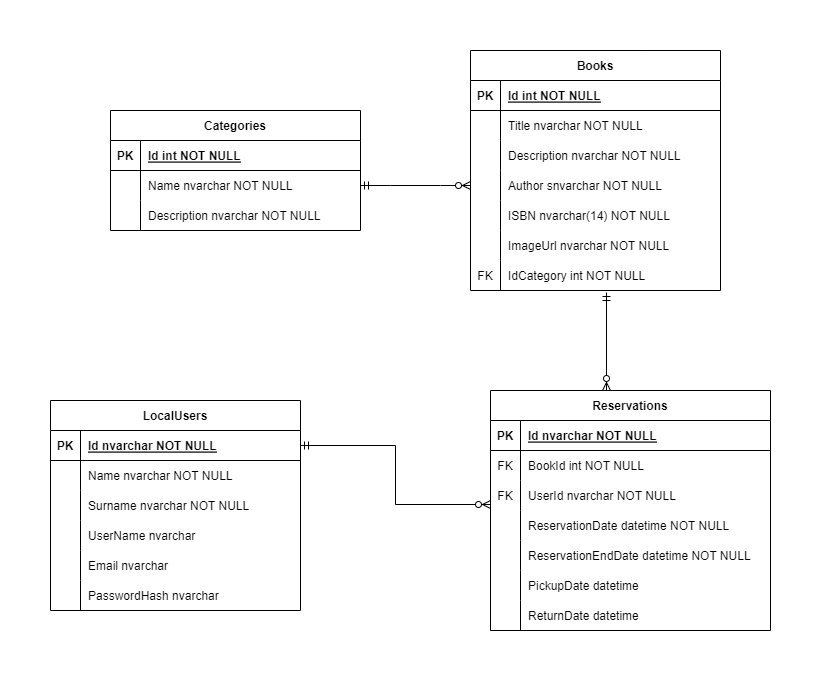
Before: Resources/BookReservationER.png, a diagram exported from draw.io (JoseNarvaja/BookReservation). Source tidied: cells renumbered, new cells last; positions are measured from the earlier drawing's top-left corner, leaving out a move shared by most shapes.
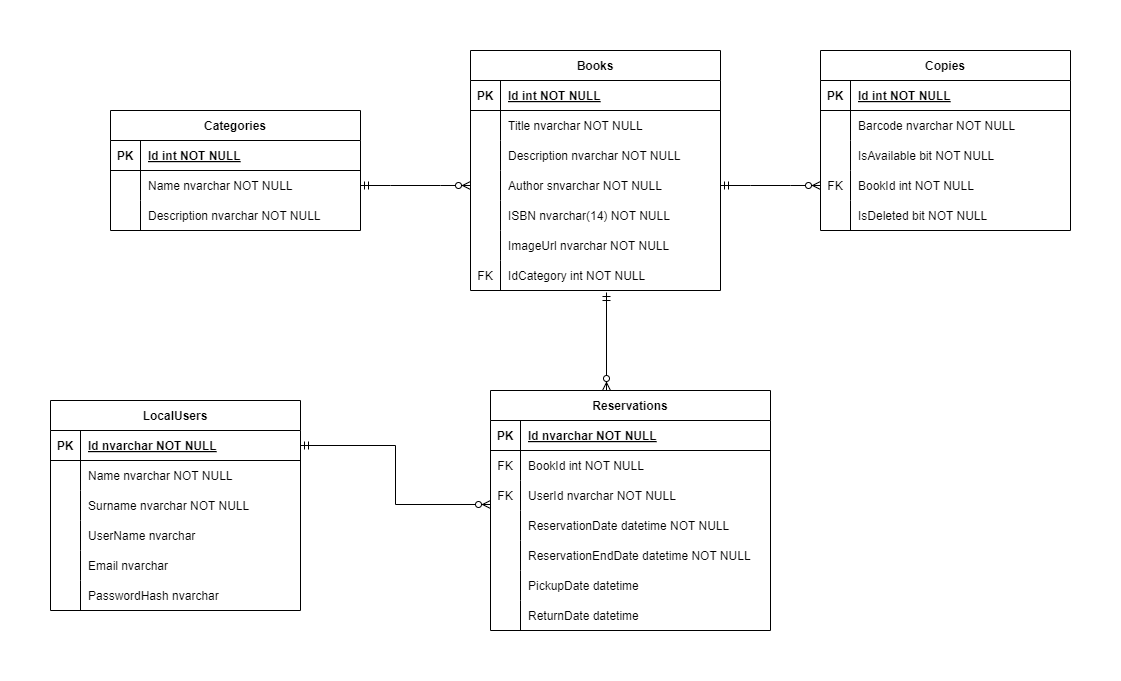
After the commit.

Commit message:
Modificaciones en DER

What changed in the source:
```diff
@@ -230,5 +230,56 @@
     <mxCell id="77" style="fontSize=12;html=1;endArrow=ERzeroToMany;startArrow=ERmandOne;rounded=0;exitX=1;exitY=0.5;exitDx=0;exitDy=0;entryX=0;entryY=0.8;entryDx=0;entryDy=0;entryPerimeter=0;edgeStyle=elbowEdgeStyle;" parent="1" edge="1" source="36" target="61">
       <mxGeometry relative="1" as="geometry" />
     </mxCell>
+    <mxCell id="78" value="Copies" style="shape=table;startSize=30;rowLines=0;fontStyle=1;align=center;" parent="1" vertex="1">
+      <mxGeometry x="770" width="250" height="180" as="geometry" />
+    </mxCell>
+    <mxCell id="79" style="shape=partialRectangle;fillColor=none;top=0;left=0;right=0;bottom=1;" parent="78" vertex="1">
+      <mxGeometry y="30" width="250" height="30" as="geometry" />
+    </mxCell>
+    <mxCell id="80" value="PK" style="shape=partialRectangle;overflow=hidden;fillColor=none;top=0;left=0;bottom=0;right=0;fontStyle=1;" parent="79" vertex="1">
+      <mxGeometry width="30" height="30" as="geometry" />
+    </mxCell>
+    <mxCell id="81" value="Id int NOT NULL " style="shape=partialRectangle;overflow=hidden;fillColor=none;top=0;left=0;bottom=0;right=0;align=left;spacingLeft=6;fontStyle=5;" parent="79" vertex="1">
+      <mxGeometry x="30" width="220" height="30" as="geometry" />
+    </mxCell>
+    <mxCell id="82" style="shape=partialRectangle;fillColor=none;top=0;left=0;right=0;bottom=0;" parent="78" vertex="1">
+      <mxGeometry y="60" width="250" height="30" as="geometry" />
+    </mxCell>
+    <mxCell id="83" style="shape=partialRectangle;overflow=hidden;fillColor=none;top=0;left=0;bottom=0;right=0;" parent="82" vertex="1">
+      <mxGeometry width="30" height="30" as="geometry" />
+    </mxCell>
+    <mxCell id="84" value="Barcode nvarchar NOT NULL" style="shape=partialRectangle;overflow=hidden;fillColor=none;top=0;left=0;bottom=0;right=0;align=left;spacingLeft=6;" parent="82" vertex="1">
+      <mxGeometry x="30" width="220" height="30" as="geometry" />
+    </mxCell>
+    <mxCell id="85" style="shape=partialRectangle;fillColor=none;top=0;left=0;right=0;bottom=0;" parent="78" vertex="1">
+      <mxGeometry y="90" width="250" height="30" as="geometry" />
+    </mxCell>
+    <mxCell id="86" style="shape=partialRectangle;overflow=hidden;fillColor=none;top=0;left=0;bottom=0;right=0;" parent="85" vertex="1">
+      <mxGeometry width="30" height="30" as="geometry" />
+    </mxCell>
+    <mxCell id="87" value="IsAvailable bit NOT NULL" style="shape=partialRectangle;overflow=hidden;fillColor=none;top=0;left=0;bottom=0;right=0;align=left;spacingLeft=6;" parent="85" vertex="1">
+      <mxGeometry x="30" width="220" height="30" as="geometry" />
+    </mxCell>
+    <mxCell id="88" style="shape=partialRectangle;fillColor=none;points=[[0,0.5],[1,0.5]];portConstraint=eastwest;top=0;left=0;right=0;bottom=0;" parent="78" vertex="1">
+      <mxGeometry y="120" width="250" height="30" as="geometry" />
+    </mxCell>
+    <mxCell id="89" value="FK" style="shape=partialRectangle;overflow=hidden;fillColor=none;top=0;left=0;bottom=0;right=0;" parent="88" vertex="1">
+      <mxGeometry width="30" height="30" as="geometry" />
+    </mxCell>
+    <mxCell id="90" value="BookId int NOT NULL" style="shape=partialRectangle;overflow=hidden;fillColor=none;top=0;left=0;bottom=0;right=0;align=left;spacingLeft=6;" parent="88" vertex="1">
+      <mxGeometry x="30" width="220" height="30" as="geometry" />
+    </mxCell>
+    <mxCell id="91" style="shape=partialRectangle;fillColor=none;top=0;left=0;right=0;bottom=0;" parent="78" vertex="1">
+      <mxGeometry y="150" width="250" height="30" as="geometry" />
+    </mxCell>
+    <mxCell id="92" style="shape=partialRectangle;overflow=hidden;fillColor=none;top=0;left=0;bottom=0;right=0;" parent="91" vertex="1">
+      <mxGeometry width="30" height="30" as="geometry" />
+    </mxCell>
+    <mxCell id="93" value="IsDeleted bit NOT NULL" style="shape=partialRectangle;overflow=hidden;fillColor=none;top=0;left=0;bottom=0;right=0;align=left;spacingLeft=6;" parent="91" vertex="1">
+      <mxGeometry x="30" width="220" height="30" as="geometry" />
+    </mxCell>
+    <mxCell id="94" style="edgeStyle=entityRelationEdgeStyle;fontSize=12;html=1;endArrow=ERzeroToMany;startArrow=ERmandOne;rounded=0;entryX=0;entryY=0.5;entryDx=0;entryDy=0;exitX=1;exitY=0.5;exitDx=0;exitDy=0;" parent="1" edge="1" source="12" target="88">
+      <mxGeometry relative="1" as="geometry" />
+    </mxCell>
   </root>
 </mxGraphModel>
```
